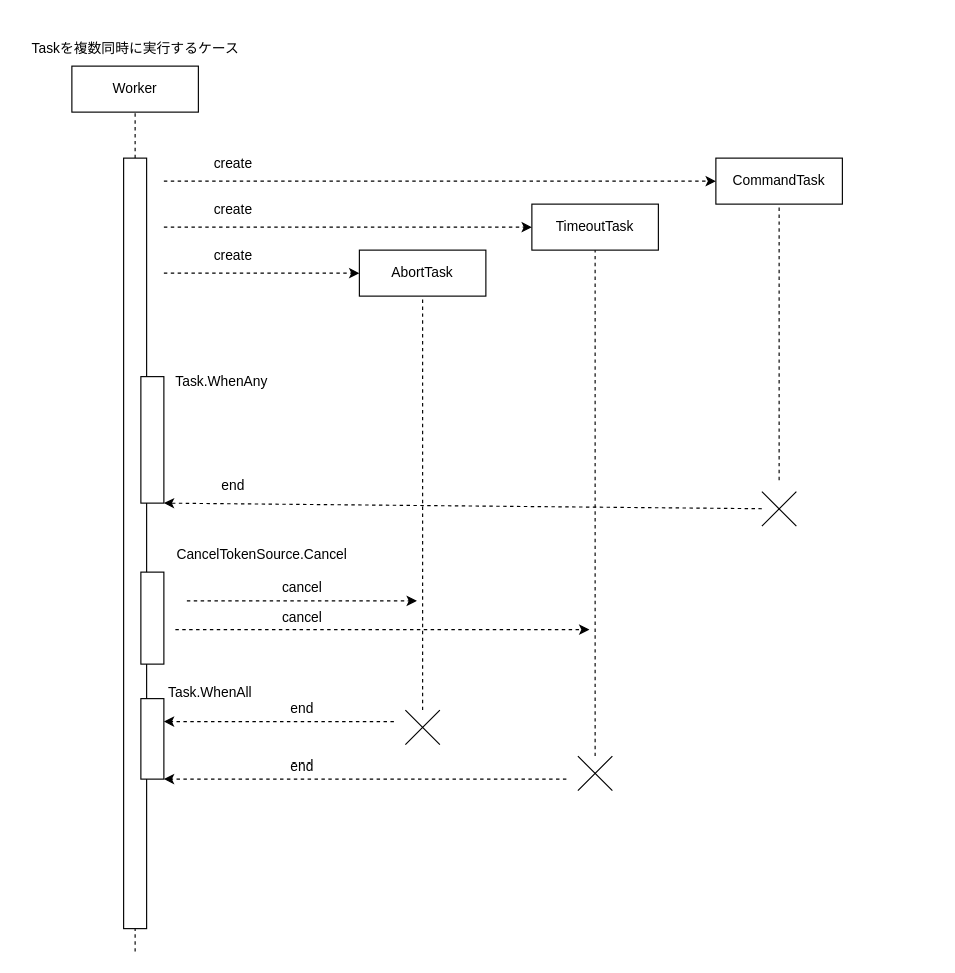
This is Taskの使い方イメージ.drawio from hikkosi/drawio, a draw.io file, before an edit. Source tidied: cells renumbered, new cells numbered last; positions are measured from the earlier drawing's top-left corner, leaving out a move shared by most shapes. Both pictures are drawn from the tidied source at 115%, with x=0, y=0 at pixel (20, 31).
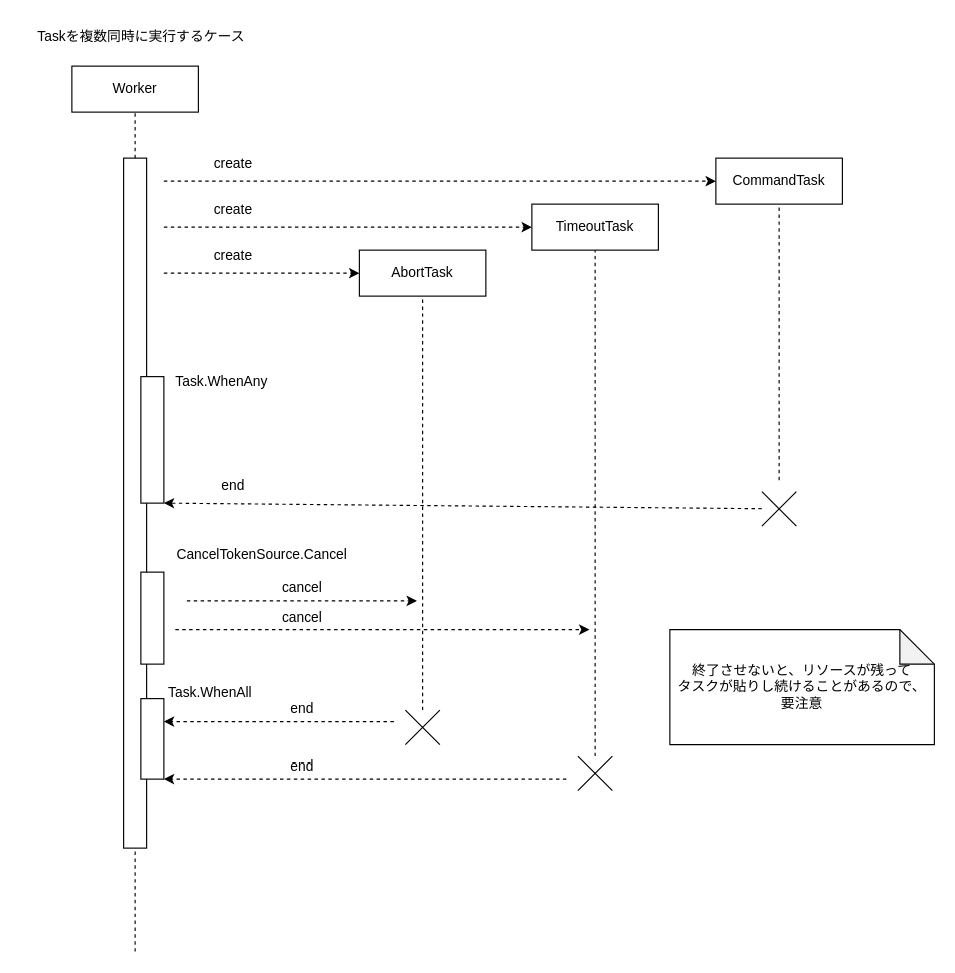
After the change.

Commit message:
Update Taskの使い方イメージ.drawio

Diff of the diagram source:
```diff
@@
     <mxCell id="7" style="rounded=0;whiteSpace=wrap;html=1;" parent="1" vertex="1">
-      <mxGeometry x="90" y="110" width="20" height="670" as="geometry" />
+      <mxGeometry x="90" y="110" width="20" height="600" as="geometry" />
     </mxCell>
@@
     <mxCell id="36" value="Taskを複数同時に実行するケース" style="text;html=1;align=center;verticalAlign=middle;strokeColor=none;fillColor=none;" parent="1" vertex="1">
-      <mxGeometry width="200" height="30" as="geometry" />
+      <mxGeometry x="5" y="-10" width="200" height="30" as="geometry" />
     </mxCell>
+    <mxCell id="37" value="終了させないと、リソースが残って&lt;div&gt;タスクが貼りし続けることがあるので、&lt;/div&gt;&lt;div&gt;要注意&lt;/div&gt;" style="shape=note;whiteSpace=wrap;html=1;backgroundOutline=1;darkOpacity=0.05;" parent="1" vertex="1">
+      <mxGeometry x="565" y="520" width="230" height="100" as="geometry" />
+    </mxCell>
```
